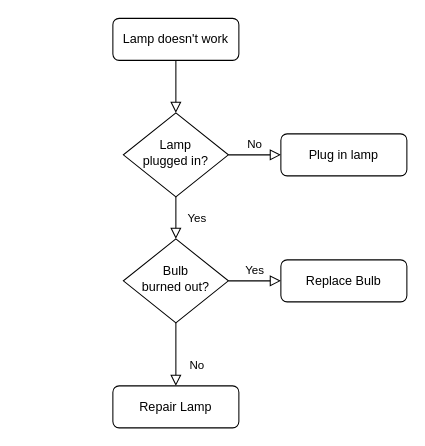
This is carbswapflow.drawio from Carbon-Labs/Diagrams, a draw.io file, before an edit. Source tidied: cells renumbered, new cells numbered last; positions are measured from the earlier drawing's top-left corner, leaving out a move shared by most shapes. Both pictures are drawn from the tidied source at 105%, with x=0, y=0 at pixel (112, 18).
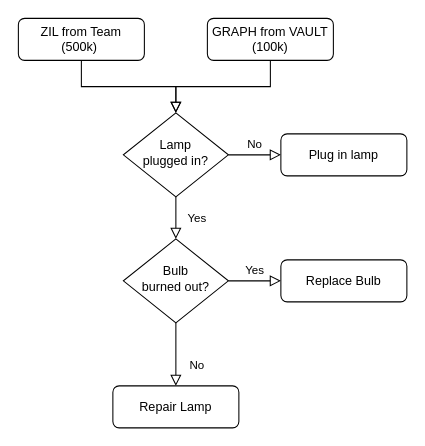
After the change.

What changed in the source:
```diff
@@
 <mxGraphModel>
   <root>
     <mxCell id="0" />
     <mxCell id="1" parent="0" />
     <mxCell id="2" style="rounded=0;html=1;jettySize=auto;fontSize=11;endArrow=block;endFill=0;endSize=8;strokeWidth=1;shadow=0;labelBackgroundColor=none;edgeStyle=orthogonalEdgeStyle;" parent="1" edge="1" source="3" target="6">
       <mxGeometry relative="1" as="geometry" />
     </mxCell>
-    <mxCell id="3" value="Lamp doesn't work" style="rounded=1;whiteSpace=wrap;html=1;fontSize=12;glass=0;strokeWidth=1;shadow=0;" parent="1" vertex="1">
-      <mxGeometry width="120" height="40" as="geometry" />
+    <mxCell id="3" value="GRAPH from VAULT&lt;br&gt;(100k)" style="rounded=1;whiteSpace=wrap;html=1;fontSize=12;glass=0;strokeWidth=1;shadow=0;" parent="1" vertex="1">
+      <mxGeometry x="90" width="120" height="40" as="geometry" />
     </mxCell>
     <mxCell id="4" value="Yes" style="rounded=0;html=1;jettySize=auto;fontSize=11;endArrow=block;endFill=0;endSize=8;strokeWidth=1;shadow=0;labelBackgroundColor=none;edgeStyle=orthogonalEdgeStyle;" parent="1" edge="1" source="6" target="10">
       <mxGeometry y="20" relative="1" as="geometry" />
     </mxCell>
     <mxCell id="5" value="No" style="edgeStyle=orthogonalEdgeStyle;rounded=0;html=1;jettySize=auto;fontSize=11;endArrow=block;endFill=0;endSize=8;strokeWidth=1;shadow=0;labelBackgroundColor=none;" parent="1" edge="1" source="6" target="7">
       <mxGeometry y="10" relative="1" as="geometry" />
     </mxCell>
     <mxCell id="6" value="Lamp&lt;br&gt;plugged in?" style="rhombus;whiteSpace=wrap;html=1;shadow=0;fontFamily=Helvetica;fontSize=12;align=center;strokeWidth=1;spacing=6;spacingTop=-4;" parent="1" vertex="1">
       <mxGeometry x="10" y="90" width="100" height="80" as="geometry" />
     </mxCell>
     <mxCell id="7" value="Plug in lamp" style="rounded=1;whiteSpace=wrap;html=1;fontSize=12;glass=0;strokeWidth=1;shadow=0;" parent="1" vertex="1">
       <mxGeometry x="160" y="110" width="120" height="40" as="geometry" />
     </mxCell>
     <mxCell id="8" value="No" style="rounded=0;html=1;jettySize=auto;fontSize=11;endArrow=block;endFill=0;endSize=8;strokeWidth=1;shadow=0;labelBackgroundColor=none;edgeStyle=orthogonalEdgeStyle;" parent="1" edge="1" source="10" target="11">
       <mxGeometry x="0.33" y="20" relative="1" as="geometry" />
     </mxCell>
     <mxCell id="9" value="Yes" style="edgeStyle=orthogonalEdgeStyle;rounded=0;html=1;jettySize=auto;fontSize=11;endArrow=block;endFill=0;endSize=8;strokeWidth=1;shadow=0;labelBackgroundColor=none;" parent="1" edge="1" source="10" target="12">
       <mxGeometry y="10" relative="1" as="geometry" />
     </mxCell>
     <mxCell id="10" value="Bulb&lt;br&gt;burned out?" style="rhombus;whiteSpace=wrap;html=1;shadow=0;fontFamily=Helvetica;fontSize=12;align=center;strokeWidth=1;spacing=6;spacingTop=-4;" parent="1" vertex="1">
       <mxGeometry x="10" y="210" width="100" height="80" as="geometry" />
     </mxCell>
     <mxCell id="11" value="Repair Lamp" style="rounded=1;whiteSpace=wrap;html=1;fontSize=12;glass=0;strokeWidth=1;shadow=0;" parent="1" vertex="1">
       <mxGeometry y="350" width="120" height="40" as="geometry" />
     </mxCell>
     <mxCell id="12" value="Replace Bulb" style="rounded=1;whiteSpace=wrap;html=1;fontSize=12;glass=0;strokeWidth=1;shadow=0;" parent="1" vertex="1">
       <mxGeometry x="160" y="230" width="120" height="40" as="geometry" />
     </mxCell>
+    <mxCell id="13" style="edgeStyle=orthogonalEdgeStyle;rounded=0;jettySize=auto;html=1;exitX=0.5;exitY=1;exitDx=0;exitDy=0;endArrow=block;endFill=0;endSize=8;entryX=0.5;entryY=0;entryDx=0;entryDy=0;" parent="1" edge="1" source="14" target="6">
+      <mxGeometry relative="1" as="geometry" />
+    </mxCell>
+    <mxCell id="14" value="ZIL from Team&lt;br&gt;(500k)&amp;nbsp;" style="rounded=1;whiteSpace=wrap;html=1;fontSize=12;glass=0;strokeWidth=1;shadow=0;" parent="1" vertex="1">
+      <mxGeometry x="-90" width="120" height="40" as="geometry" />
+    </mxCell>
   </root>
 </mxGraphModel>
```
